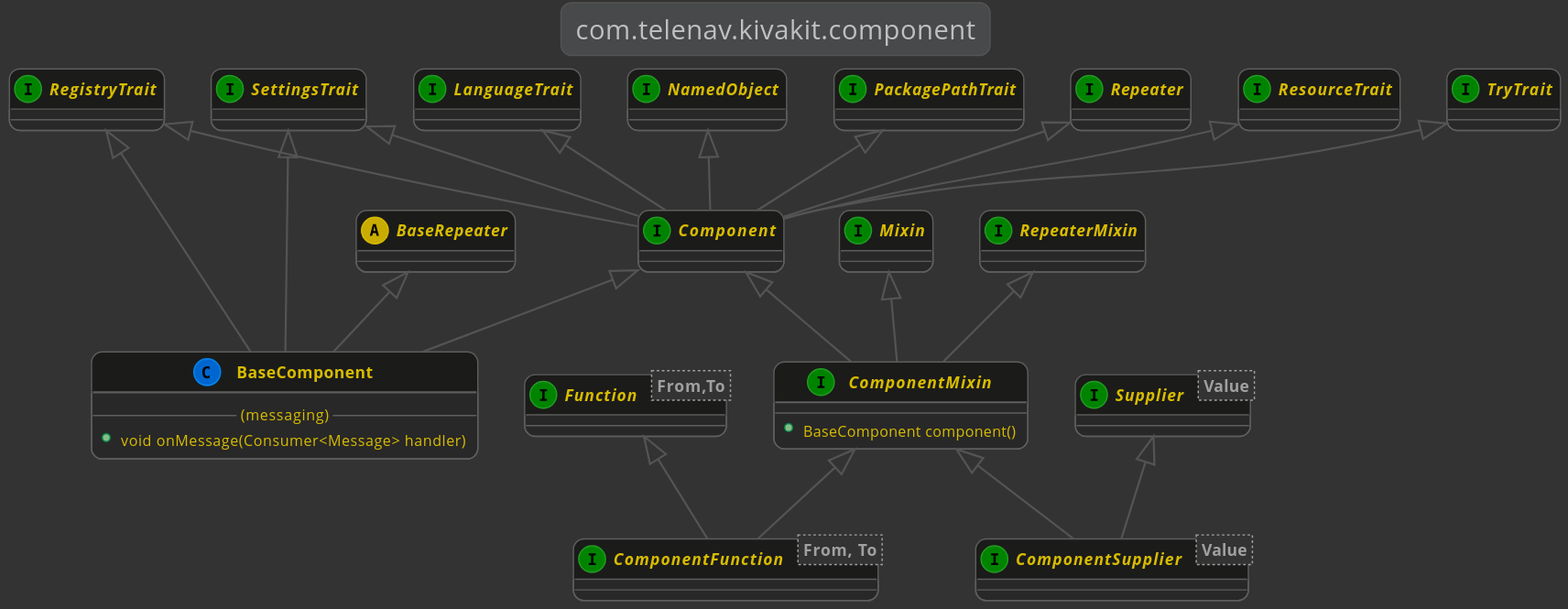
This is docs/1.3.1-SNAPSHOT/lexakai/kivakit/kivakit-component/documentation/diagrams/com.telenav.kivakit.component.svg from Telenav/kivakit-assets, a PlantUML export, as it was before one commit. Source of this version:
```plantuml
@startuml

    !include lexakai.theme

    title "com.telenav.kivakit.component"

    abstract BaseRepeater

    interface SettingsTrait
    interface Component
    interface RegistryTrait

    BaseRepeater <|-- BaseComponent
    Component <|-- BaseComponent
    RegistryTrait <|-- BaseComponent
    SettingsTrait <|-- BaseComponent
    class BaseComponent
    {
        --(messaging)--
        +void onMessage(Consumer<Message> handler)
    }

    interface LanguageTrait
    interface NamedObject
    interface PackagePathTrait
    interface RegistryTrait
    interface Repeater
    interface ResourceTrait
    interface SettingsTrait
    interface TryTrait
    Repeater <|-- Component
    NamedObject <|-- Component
    SettingsTrait <|-- Component
    RegistryTrait <|-- Component
    PackagePathTrait <|-- Component
    TryTrait <|-- Component
    LanguageTrait <|-- Component
    ResourceTrait <|-- Component
    interface Component
    {
    }

    interface ComponentMixin
    interface Function<From,To>
    ComponentMixin <|-- ComponentFunction
    Function <|-- ComponentFunction
    interface ComponentFunction<From, To>
    {
    }

    interface Component
    interface Mixin
    interface RepeaterMixin
    Component <|-- ComponentMixin
    Mixin <|-- ComponentMixin
    RepeaterMixin <|-- ComponentMixin
    interface ComponentMixin
    {
        --
        +BaseComponent component()
    }

    interface ComponentMixin
    interface Supplier<Value>
    ComponentMixin <|-- ComponentSupplier
    Supplier <|-- ComponentSupplier
    interface ComponentSupplier<Value>
    {
    }

@enduml
```
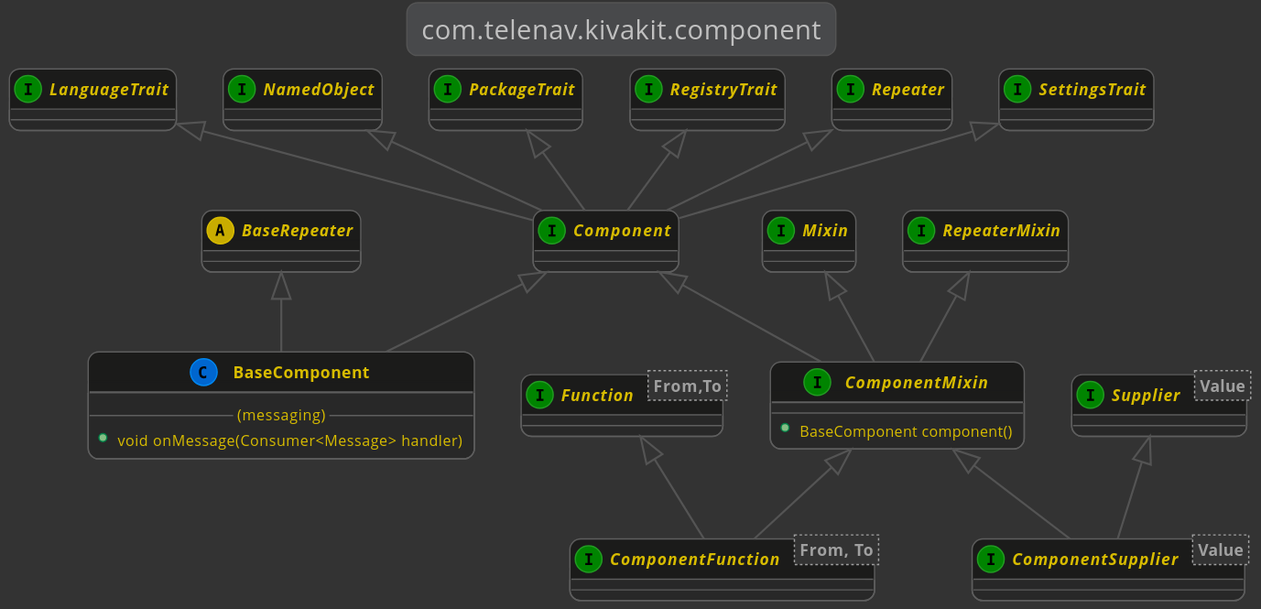
The same file after the commit.

Change to the diagram source:
```diff
@@ -6,14 +6,10 @@
 
     abstract BaseRepeater
 
-    interface SettingsTrait
     interface Component
-    interface RegistryTrait
 
     BaseRepeater <|-- BaseComponent
     Component <|-- BaseComponent
-    RegistryTrait <|-- BaseComponent
-    SettingsTrait <|-- BaseComponent
     class BaseComponent
     {
         --(messaging)--
@@ -22,20 +18,16 @@
 
     interface LanguageTrait
     interface NamedObject
-    interface PackagePathTrait
+    interface PackageTrait
     interface RegistryTrait
     interface Repeater
-    interface ResourceTrait
     interface SettingsTrait
-    interface TryTrait
     Repeater <|-- Component
+    RegistryTrait <|-- Component
+    SettingsTrait <|-- Component
+    LanguageTrait <|-- Component
+    PackageTrait <|-- Component
     NamedObject <|-- Component
-    SettingsTrait <|-- Component
-    RegistryTrait <|-- Component
-    PackagePathTrait <|-- Component
-    TryTrait <|-- Component
-    LanguageTrait <|-- Component
-    ResourceTrait <|-- Component
     interface Component
     {
     }
```
